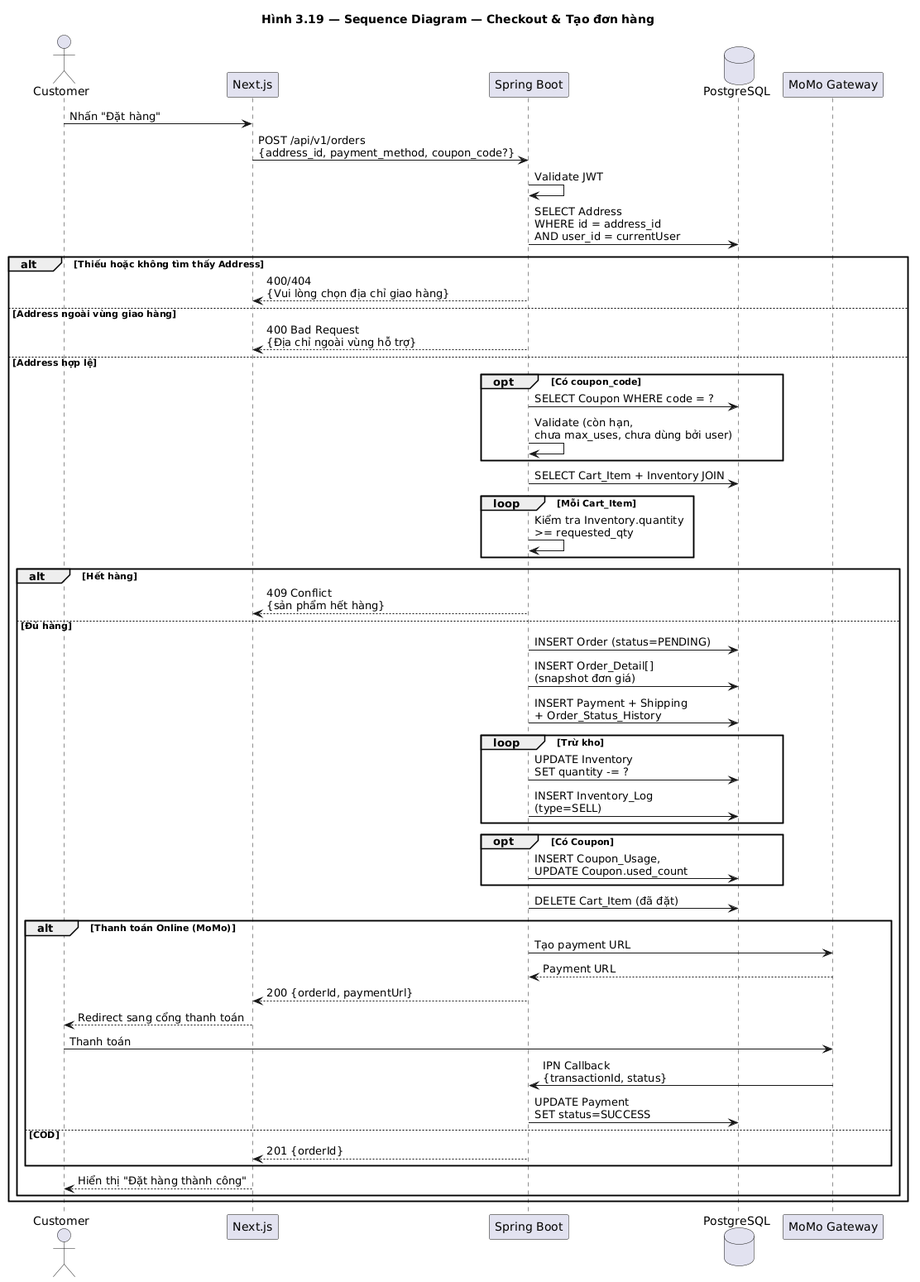
Before: docs/diagrams/images/seq_checkout.png, a diagram exported from PlantUML (huuhieu56/PC-Parts-ECommerce). Source of this version:
```plantuml
@startuml
title Hình 3.19 — Sequence Diagram — Checkout & Tạo đơn hàng

actor Customer
participant "Next.js" as FE
participant "Spring Boot" as BE
database "PostgreSQL" as DB
participant "MoMo Gateway" as Pay

Customer -> FE : Nhấn "Đặt hàng"
FE -> BE : POST /api/v1/orders\n{address_id, payment_method, coupon_code?}
BE -> BE : Validate JWT
BE -> DB : SELECT Address\nWHERE id = address_id\nAND user_id = currentUser

alt Thiếu hoặc không tìm thấy Address
    BE --> FE : 400/404\n{Vui lòng chọn địa chỉ giao hàng}
else Address ngoài vùng giao hàng
    BE --> FE : 400 Bad Request\n{Địa chỉ ngoài vùng hỗ trợ}
else Address hợp lệ

    opt Có coupon_code
        BE -> DB : SELECT Coupon WHERE code = ?
        BE -> BE : Validate (còn hạn,\nchưa max_uses, chưa dùng bởi user)
    end

    BE -> DB : SELECT Cart_Item + Inventory JOIN
    loop Mỗi Cart_Item
        BE -> BE : Kiểm tra Inventory.quantity\n>= requested_qty
    end

    alt Hết hàng
        BE --> FE : 409 Conflict\n{sản phẩm hết hàng}
    else Đủ hàng
        BE -> DB : INSERT Order (status=PENDING)
        BE -> DB : INSERT Order_Detail[]\n(snapshot đơn giá)
        BE -> DB : INSERT Payment + Shipping\n+ Order_Status_History

        loop Trừ kho
            BE -> DB : UPDATE Inventory\nSET quantity -= ?
            BE -> DB : INSERT Inventory_Log\n(type=SELL)
        end

        opt Có Coupon
            BE -> DB : INSERT Coupon_Usage,\nUPDATE Coupon.used_count
        end

        BE -> DB : DELETE Cart_Item (đã đặt)

        alt Thanh toán Online (MoMo)
            BE -> Pay : Tạo payment URL
            Pay --> BE : Payment URL
            BE --> FE : 200 {orderId, paymentUrl}
            FE --> Customer : Redirect sang cổng thanh toán
            Customer -> Pay : Thanh toán
            Pay -> BE : IPN Callback\n{transactionId, status}
            BE -> DB : UPDATE Payment\nSET status=SUCCESS
        else COD
            BE --> FE : 201 {orderId}
        end

        FE --> Customer : Hiển thị "Đặt hàng thành công"
    end
end
@enduml
```
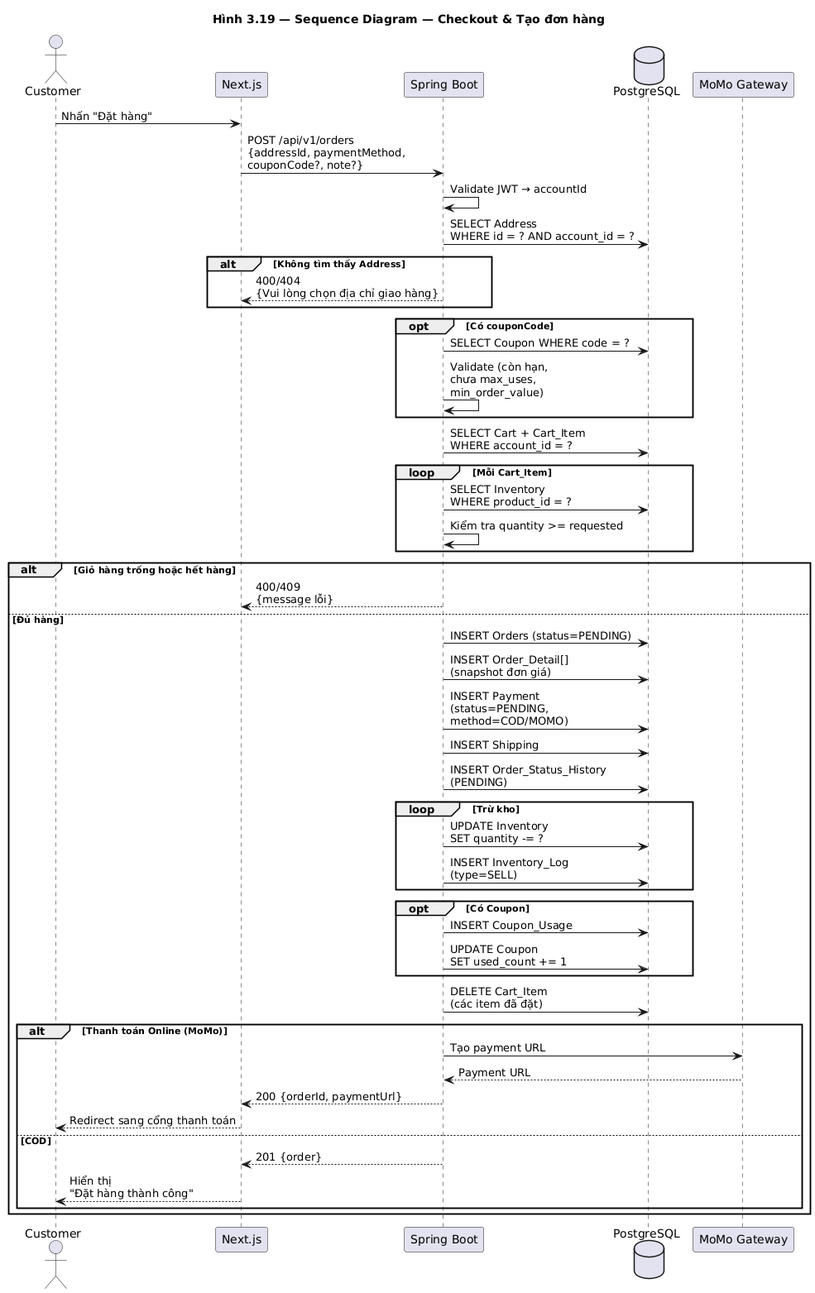
The same diagram one commit later.

Change to the diagram source:
```diff
@@ -1,4 +1,4 @@
-@startuml
+@startuml seq_checkout
 title Hình 3.19 — Sequence Diagram — Checkout & Tạo đơn hàng
 
 actor Customer
@@ -8,57 +8,55 @@
 participant "MoMo Gateway" as Pay
 
 Customer -> FE : Nhấn "Đặt hàng"
-FE -> BE : POST /api/v1/orders\n{address_id, payment_method, coupon_code?}
-BE -> BE : Validate JWT
-BE -> DB : SELECT Address\nWHERE id = address_id\nAND user_id = currentUser
+FE -> BE : POST /api/v1/orders\n{addressId, paymentMethod,\ncouponCode?, note?}
+BE -> BE : Validate JWT → accountId
 
-alt Thiếu hoặc không tìm thấy Address
+BE -> DB : SELECT Address\nWHERE id = ? AND account_id = ?
+alt Không tìm thấy Address
     BE --> FE : 400/404\n{Vui lòng chọn địa chỉ giao hàng}
-else Address ngoài vùng giao hàng
-    BE --> FE : 400 Bad Request\n{Địa chỉ ngoài vùng hỗ trợ}
-else Address hợp lệ
+end
 
-    opt Có coupon_code
-        BE -> DB : SELECT Coupon WHERE code = ?
-        BE -> BE : Validate (còn hạn,\nchưa max_uses, chưa dùng bởi user)
+opt Có couponCode
+    BE -> DB : SELECT Coupon WHERE code = ?
+    BE -> BE : Validate (còn hạn,\nchưa max_uses,\nmin_order_value)
+end
+
+BE -> DB : SELECT Cart + Cart_Item\nWHERE account_id = ?
+loop Mỗi Cart_Item
+    BE -> DB : SELECT Inventory\nWHERE product_id = ?
+    BE -> BE : Kiểm tra quantity >= requested
+end
+
+alt Giỏ hàng trống hoặc hết hàng
+    BE --> FE : 400/409\n{message lỗi}
+else Đủ hàng
+    BE -> DB : INSERT Orders (status=PENDING)
+    BE -> DB : INSERT Order_Detail[]\n(snapshot đơn giá)
+    BE -> DB : INSERT Payment\n(status=PENDING,\nmethod=COD/MOMO)
+    BE -> DB : INSERT Shipping
+    BE -> DB : INSERT Order_Status_History\n(PENDING)
+
+    loop Trừ kho
+        BE -> DB : UPDATE Inventory\nSET quantity -= ?
+        BE -> DB : INSERT Inventory_Log\n(type=SELL)
     end
 
-    BE -> DB : SELECT Cart_Item + Inventory JOIN
-    loop Mỗi Cart_Item
-        BE -> BE : Kiểm tra Inventory.quantity\n>= requested_qty
+    opt Có Coupon
+        BE -> DB : INSERT Coupon_Usage
+        BE -> DB : UPDATE Coupon\nSET used_count += 1
     end
 
-    alt Hết hàng
-        BE --> FE : 409 Conflict\n{sản phẩm hết hàng}
-    else Đủ hàng
-        BE -> DB : INSERT Order (status=PENDING)
-        BE -> DB : INSERT Order_Detail[]\n(snapshot đơn giá)
-        BE -> DB : INSERT Payment + Shipping\n+ Order_Status_History
+    BE -> DB : DELETE Cart_Item\n(các item đã đặt)
 
-        loop Trừ kho
-            BE -> DB : UPDATE Inventory\nSET quantity -= ?
-            BE -> DB : INSERT Inventory_Log\n(type=SELL)
-        end
-
-        opt Có Coupon
-            BE -> DB : INSERT Coupon_Usage,\nUPDATE Coupon.used_count
-        end
-
-        BE -> DB : DELETE Cart_Item (đã đặt)
-
-        alt Thanh toán Online (MoMo)
-            BE -> Pay : Tạo payment URL
-            Pay --> BE : Payment URL
-            BE --> FE : 200 {orderId, paymentUrl}
-            FE --> Customer : Redirect sang cổng thanh toán
-            Customer -> Pay : Thanh toán
-            Pay -> BE : IPN Callback\n{transactionId, status}
-            BE -> DB : UPDATE Payment\nSET status=SUCCESS
-        else COD
-            BE --> FE : 201 {orderId}
-        end
-
-        FE --> Customer : Hiển thị "Đặt hàng thành công"
+    alt Thanh toán Online (MoMo)
+        BE -> Pay : Tạo payment URL
+        Pay --> BE : Payment URL
+        BE --> FE : 200 {orderId, paymentUrl}
+        FE --> Customer : Redirect sang cổng thanh toán
+    else COD
+        BE --> FE : 201 {order}
+        FE --> Customer : Hiển thị\n"Đặt hàng thành công"
     end
 end
+
 @enduml
```
